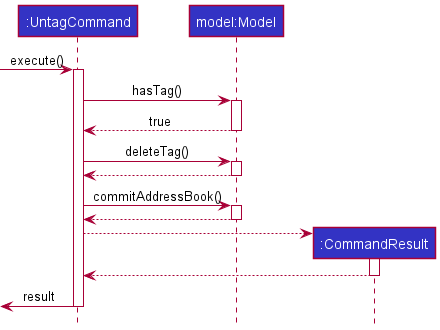
This is docs/images/UntagSequenceDiagram.png from nus-cs2103-AY2021S1/tp, a PlantUML export, as it was before one commit.
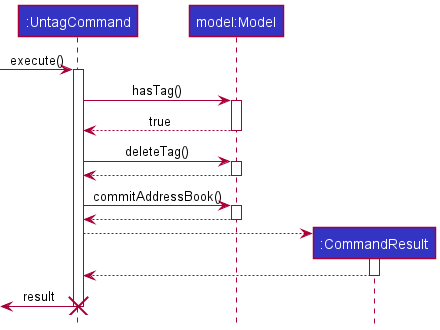
After the change.

Change to the diagram source:
```diff
@@ -35,5 +35,6 @@
 
 [<- UntagCommand : result
 deactivate UntagCommand
+destroy UntagCommand
 
 @enduml
```
